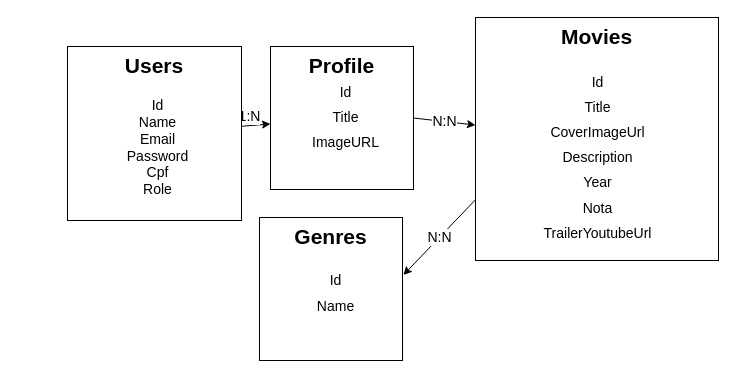
Before: server/Structure.drawio in nascimentoemerson/Project-Back---Mod5, a draw.io diagram. Source tidied: cells renumbered, new cells numbered last; positions are measured from the earlier drawing's top-left corner, leaving out a move shared by most shapes. Both pictures are drawn from the tidied source at 100%, with x=0, y=0 at pixel (67, 17).
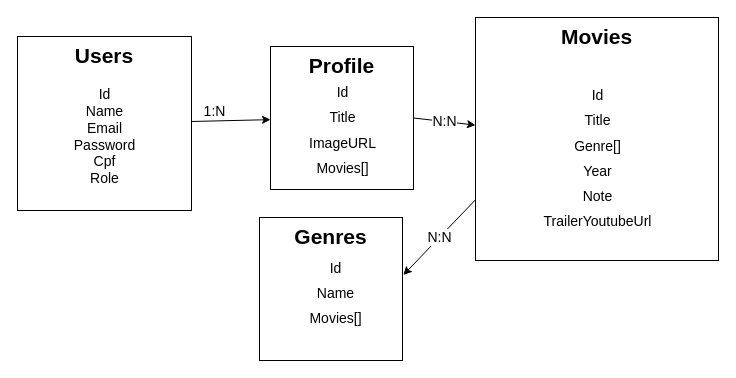
The same page after the edit.

Diff of the diagram source:
```diff
@@
 <mxGraphModel>
   <root>
     <mxCell id="0" />
     <mxCell id="1" parent="0" />
     <mxCell id="2" value="1:N" style="edgeStyle=none;html=1;fontFamily=Helvetica;fontSize=14;" parent="1" edge="1" source="3" target="6">
       <mxGeometry x="-0.41" y="9" relative="1" as="geometry" />
     </mxCell>
     <mxCell id="3" value="&lt;font style=&quot;font-size: 21px&quot;&gt;&lt;b&gt;Users&lt;br&gt;&lt;/b&gt;&lt;br&gt;&lt;br&gt;&lt;/font&gt;" style="whiteSpace=wrap;html=1;fontFamily=Helvetica;horizontal=1;verticalAlign=top;" parent="1" vertex="1">
-      <mxGeometry y="29" width="174" height="174" as="geometry" />
+      <mxGeometry x="-50" y="19" width="174" height="174" as="geometry" />
     </mxCell>
     <mxCell id="4" value="&lt;span&gt;Id&lt;br&gt;Name&lt;/span&gt;&lt;br&gt;&lt;span&gt;Email&lt;/span&gt;&lt;br&gt;&lt;span&gt;Password&lt;/span&gt;&lt;br&gt;&lt;span&gt;Cpf&lt;/span&gt;&lt;br&gt;&lt;span&gt;Role&lt;/span&gt;" style="text;html=1;align=center;verticalAlign=middle;fillColor=none;strokeColor=none;rounded=0;fontFamily=Helvetica;fontSize=14;" parent="1" vertex="1">
-      <mxGeometry x="54" y="77" width="71" height="106" as="geometry" />
+      <mxGeometry x="1.5" y="66" width="71" height="106" as="geometry" />
     </mxCell>
     <mxCell id="5" value="N:N" style="edgeStyle=none;html=1;exitX=1;exitY=0.5;exitDx=0;exitDy=0;fontFamily=Helvetica;fontSize=14;" parent="1" edge="1" source="6" target="9">
       <mxGeometry relative="1" as="geometry" />
     </mxCell>
     <mxCell id="6" value="&lt;font style=&quot;font-size: 21px&quot;&gt;&lt;b&gt;Profile&lt;br&gt;&lt;/b&gt;&lt;br&gt;&lt;br&gt;&lt;br&gt;&lt;/font&gt;" style="whiteSpace=wrap;html=1;fontFamily=Helvetica;horizontal=1;verticalAlign=top;" parent="1" vertex="1">
       <mxGeometry x="203" y="29" width="143" height="143" as="geometry" />
     </mxCell>
-    <mxCell id="7" value="&lt;font style=&quot;font-size: 14px&quot;&gt;Id&lt;br&gt;Title&lt;br&gt;ImageURL&lt;/font&gt;" style="text;html=1;align=center;verticalAlign=middle;fillColor=none;strokeColor=none;rounded=0;fontFamily=Helvetica;fontSize=21;" parent="1" vertex="1">
-      <mxGeometry x="239" y="52" width="77" height="89" as="geometry" />
+    <mxCell id="7" value="&lt;font style=&quot;font-size: 14px&quot;&gt;Id&lt;br&gt;Title&lt;br&gt;ImageURL&lt;br&gt;Movies[]&lt;br&gt;&lt;/font&gt;" style="text;html=1;align=center;verticalAlign=middle;fillColor=none;strokeColor=none;rounded=0;fontFamily=Helvetica;fontSize=21;" parent="1" vertex="1">
+      <mxGeometry x="236" y="51" width="77" height="117" as="geometry" />
     </mxCell>
     <mxCell id="8" value="N:N" style="edgeStyle=none;html=1;exitX=0;exitY=0.75;exitDx=0;exitDy=0;entryX=1.006;entryY=0.402;entryDx=0;entryDy=0;entryPerimeter=0;fontFamily=Helvetica;fontSize=14;" parent="1" edge="1" source="9" target="11">
       <mxGeometry relative="1" as="geometry" />
     </mxCell>
     <mxCell id="9" value="&lt;font style=&quot;font-size: 21px&quot;&gt;&lt;b&gt;Movies&lt;/b&gt;&lt;br&gt;&lt;br&gt;&lt;/font&gt;" style="whiteSpace=wrap;html=1;fontFamily=Helvetica;horizontal=1;verticalAlign=top;" parent="1" vertex="1">
       <mxGeometry x="408" width="243" height="243" as="geometry" />
     </mxCell>
-    <mxCell id="10" value="&lt;font style=&quot;font-size: 14px&quot;&gt;Id&lt;br&gt;Title&lt;br&gt;CoverImageUrl&lt;br&gt;Description&lt;br&gt;Year&lt;br&gt;Nota&lt;br&gt;TrailerYoutubeUrl&lt;br&gt;&lt;br&gt;&lt;br&gt;&lt;br&gt;&lt;/font&gt;" style="text;html=1;align=center;verticalAlign=middle;fillColor=none;strokeColor=none;rounded=0;fontFamily=Helvetica;fontSize=21;" parent="1" vertex="1">
-      <mxGeometry x="470.5" y="31" width="118" height="287" as="geometry" />
+    <mxCell id="10" value="&lt;font style=&quot;font-size: 14px&quot;&gt;Id&lt;br&gt;Title&lt;br&gt;Genre[]&lt;br&gt;Year&lt;br&gt;Note&lt;br&gt;TrailerYoutubeUrl&lt;br&gt;&lt;br&gt;&lt;br&gt;&lt;br&gt;&lt;/font&gt;" style="text;html=1;align=center;verticalAlign=middle;fillColor=none;strokeColor=none;rounded=0;fontFamily=Helvetica;fontSize=21;" parent="1" vertex="1">
+      <mxGeometry x="470.5" y="46" width="118" height="259" as="geometry" />
     </mxCell>
     <mxCell id="11" value="&lt;font style=&quot;font-size: 21px&quot;&gt;&lt;b&gt;Genres&lt;/b&gt;&lt;br&gt;&lt;br&gt;&lt;br&gt;&lt;/font&gt;" style="whiteSpace=wrap;html=1;fontFamily=Helvetica;horizontal=1;verticalAlign=top;" parent="1" vertex="1">
       <mxGeometry x="192" y="200" width="143" height="143" as="geometry" />
     </mxCell>
-    <mxCell id="12" value="&lt;font style=&quot;font-size: 14px&quot;&gt;Id&lt;br&gt;Name&lt;br&gt;&lt;/font&gt;" style="text;html=1;align=center;verticalAlign=middle;fillColor=none;strokeColor=none;rounded=0;fontFamily=Helvetica;fontSize=21;" parent="1" vertex="1">
-      <mxGeometry x="244" y="242" width="47" height="61" as="geometry" />
+    <mxCell id="12" value="&lt;font style=&quot;font-size: 14px&quot;&gt;Id&lt;br&gt;Name&lt;br&gt;Movies[]&lt;br&gt;&lt;/font&gt;" style="text;html=1;align=center;verticalAlign=middle;fillColor=none;strokeColor=none;rounded=0;fontFamily=Helvetica;fontSize=21;" parent="1" vertex="1">
+      <mxGeometry x="237" y="228" width="62" height="89" as="geometry" />
     </mxCell>
   </root>
 </mxGraphModel>
```
